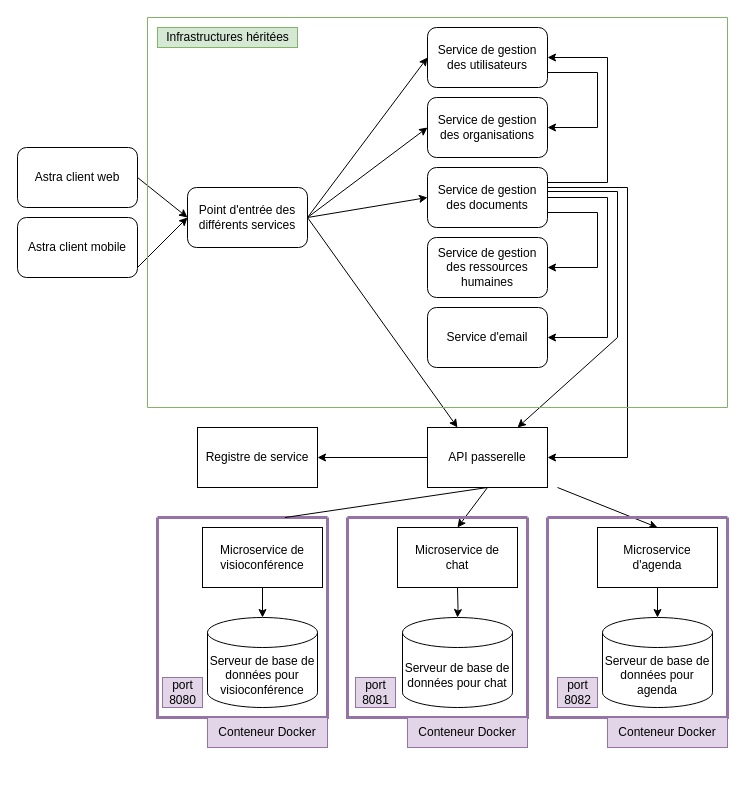
Earlier version of the draw.io diagram AplicativeArchitecture.drawio (cjour/audit_logistics). Source tidied: cells renumbered, new cells numbered last; positions are measured from the earlier drawing's top-left corner, leaving out a move shared by most shapes. Both pictures are drawn from the tidied source at 100%, with x=0, y=0 at pixel (17, 17).
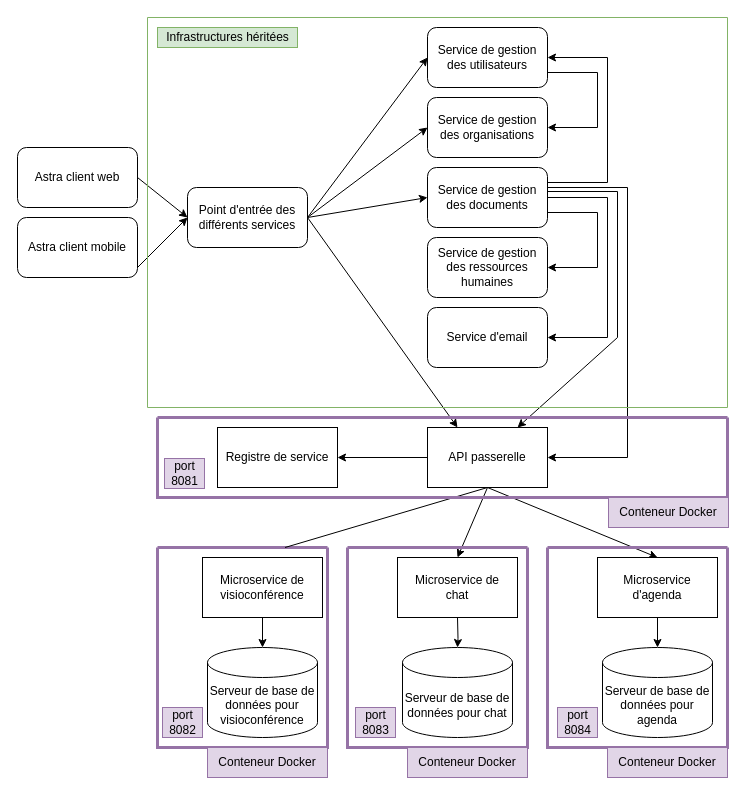
Above is the later version.

Unchanged cells that the change refers to:
```xml
<mxCell id="26" value="API passerelle" style="rounded=0;whiteSpace=wrap;html=1;" parent="1" vertex="1">
  <mxGeometry x="410" y="410" width="120" height="60" as="geometry" />
</mxCell>
<mxCell id="39" value="&lt;div&gt;Microservice d'agenda&lt;br&gt;&lt;/div&gt;" style="rounded=0;whiteSpace=wrap;html=1;" parent="38" vertex="1">
  <mxGeometry x="50" y="10" width="120" height="60" as="geometry" />
</mxCell>
```

The edit, as a diff of the source:
```diff
@@
     <mxCell id="2" style="swimlane;startSize=0;fillColor=#e1d5e7;strokeColor=#9673a6;strokeWidth=3;" parent="1" vertex="1">
-      <mxGeometry x="140" y="500" width="170" height="200" as="geometry" />
+      <mxGeometry x="140" y="530" width="170" height="200" as="geometry" />
     </mxCell>
@@
-    <mxCell id="6" value="&lt;div&gt;port &lt;br&gt;&lt;/div&gt;&lt;div&gt;8080&lt;/div&gt;" style="text;html=1;align=center;verticalAlign=middle;strokeColor=#9673a6;fillColor=#e1d5e7;" parent="2" vertex="1">
+    <mxCell id="6" value="&lt;div&gt;port &lt;br&gt;&lt;/div&gt;&lt;div&gt;8082&lt;/div&gt;" style="text;html=1;align=center;verticalAlign=middle;strokeColor=#9673a6;fillColor=#e1d5e7;" parent="2" vertex="1">
       <mxGeometry x="5" y="160" width="40" height="30" as="geometry" />
     </mxCell>
@@
-    <mxCell id="27" value="Registre de service" style="rounded=0;whiteSpace=wrap;html=1;" parent="1" vertex="1">
-      <mxGeometry x="180" y="410" width="120" height="60" as="geometry" />
-    </mxCell>
-    <mxCell id="28" style="endArrow=classic;html=1;rounded=0;exitX=0;exitY=0.5;exitDx=0;exitDy=0;" parent="1" edge="1" source="26">
-      <mxGeometry relative="1" as="geometry">
-        <mxPoint x="300" y="440" as="targetPoint" />
-      </mxGeometry>
+    <mxCell id="28" style="endArrow=classic;html=1;rounded=0;exitX=0;exitY=0.5;exitDx=0;exitDy=0;entryX=1;entryY=0.5;entryDx=0;entryDy=0;" parent="1" edge="1" source="26" target="27">
+      <mxGeometry relative="1" as="geometry" />
     </mxCell>
     <mxCell id="29" value="&lt;div&gt;Microservice de &lt;br&gt;&lt;/div&gt;&lt;div&gt;chat&lt;br&gt;&lt;/div&gt;" style="rounded=0;whiteSpace=wrap;html=1;" parent="1" vertex="1">
-      <mxGeometry x="380" y="510" width="120" height="60" as="geometry" />
+      <mxGeometry x="380" y="540" width="120" height="60" as="geometry" />
     </mxCell>
@@
     <mxCell id="31" style="edgeStyle=orthogonalEdgeStyle;rounded=0;jettySize=auto;html=1;" parent="1" edge="1" target="32">
       <mxGeometry relative="1" as="geometry">
-        <mxPoint x="440" y="570" as="sourcePoint" />
+        <mxPoint x="440" y="600" as="sourcePoint" />
       </mxGeometry>
     </mxCell>
     <mxCell id="32" value="Serveur de base de données pour chat" style="shape=cylinder3;whiteSpace=wrap;html=1;boundedLbl=1;backgroundOutline=1;size=15;" parent="1" vertex="1">
-      <mxGeometry x="385" y="600" width="110" height="90" as="geometry" />
+      <mxGeometry x="385" y="630" width="110" height="90" as="geometry" />
     </mxCell>
-    <mxCell id="33" style="endArrow=classic;html=1;rounded=0;entryX=0.5;entryY=0;entryDx=0;entryDy=0;exitX=0.5;exitY=1;exitDx=0;exitDy=0;" parent="1" edge="1" target="39">
-      <mxGeometry relative="1" as="geometry">
-        <mxPoint x="540" y="470" as="sourcePoint" />
-      </mxGeometry>
+    <mxCell id="33" style="endArrow=classic;html=1;rounded=0;entryX=0.5;entryY=0;entryDx=0;entryDy=0;exitX=0.5;exitY=1;exitDx=0;exitDy=0;" parent="1" edge="1" source="26" target="39">
+      <mxGeometry relative="1" as="geometry" />
     </mxCell>
@@
     <mxCell id="38" style="swimlane;startSize=0;fillColor=#e1d5e7;strokeColor=#9673a6;strokeWidth=3;" parent="1" vertex="1">
-      <mxGeometry x="530" y="500" width="180" height="200" as="geometry" />
+      <mxGeometry x="530" y="530" width="180" height="200" as="geometry" />
     </mxCell>
@@
-    <mxCell id="42" value="&lt;div&gt;port &lt;br&gt;&lt;/div&gt;&lt;div&gt;8082&lt;/div&gt;" style="text;html=1;align=center;verticalAlign=middle;strokeColor=#9673a6;fillColor=#e1d5e7;" parent="38" vertex="1">
+    <mxCell id="42" value="&lt;div&gt;port &lt;br&gt;&lt;/div&gt;&lt;div&gt;8084&lt;/div&gt;" style="text;html=1;align=center;verticalAlign=middle;strokeColor=#9673a6;fillColor=#e1d5e7;" parent="38" vertex="1">
       <mxGeometry x="10" y="160" width="40" height="30" as="geometry" />
     </mxCell>
     <mxCell id="43" style="swimlane;startSize=0;fillColor=#e1d5e7;strokeColor=#9673a6;strokeWidth=3;" parent="1" vertex="1">
-      <mxGeometry x="330" y="500" width="180" height="200" as="geometry" />
+      <mxGeometry x="330" y="530" width="180" height="200" as="geometry" />
     </mxCell>
-    <mxCell id="44" value="&lt;div&gt;port &lt;br&gt;&lt;/div&gt;&lt;div&gt;8081&lt;/div&gt;" style="text;html=1;align=center;verticalAlign=middle;strokeColor=#9673a6;fillColor=#e1d5e7;" parent="43" vertex="1">
+    <mxCell id="44" value="&lt;div&gt;port &lt;br&gt;&lt;/div&gt;&lt;div&gt;8083&lt;/div&gt;" style="text;html=1;align=center;verticalAlign=middle;strokeColor=#9673a6;fillColor=#e1d5e7;" parent="43" vertex="1">
       <mxGeometry x="8" y="160" width="40" height="30" as="geometry" />
     </mxCell>
     <mxCell id="45" value="Conteneur Docker" style="rounded=0;whiteSpace=wrap;html=1;fillColor=#e1d5e7;strokeColor=#9673a6;" parent="1" vertex="1">
-      <mxGeometry x="190" y="700" width="120" height="30" as="geometry" />
+      <mxGeometry x="190" y="730" width="120" height="30" as="geometry" />
     </mxCell>
     <mxCell id="46" value="Conteneur Docker" style="rounded=0;whiteSpace=wrap;html=1;fillColor=#e1d5e7;strokeColor=#9673a6;" parent="1" vertex="1">
-      <mxGeometry x="390" y="700" width="120" height="30" as="geometry" />
+      <mxGeometry x="390" y="730" width="120" height="30" as="geometry" />
     </mxCell>
     <mxCell id="47" value="Conteneur Docker" style="rounded=0;whiteSpace=wrap;html=1;fillColor=#e1d5e7;strokeColor=#9673a6;" parent="1" vertex="1">
-      <mxGeometry x="590" y="700" width="120" height="30" as="geometry" />
+      <mxGeometry x="590" y="730" width="120" height="30" as="geometry" />
     </mxCell>
+    <mxCell id="48" style="swimlane;startSize=0;fillColor=#e1d5e7;strokeColor=#9673a6;strokeWidth=3;" parent="1" vertex="1">
+      <mxGeometry x="140" y="400" width="570" height="80" as="geometry" />
+    </mxCell>
+    <mxCell id="49" value="&lt;div&gt;port &lt;br&gt;&lt;/div&gt;&lt;div&gt;8081&lt;/div&gt;" style="text;html=1;align=center;verticalAlign=middle;strokeColor=#9673a6;fillColor=#e1d5e7;" parent="48" vertex="1">
+      <mxGeometry x="7" y="41" width="40" height="30" as="geometry" />
+    </mxCell>
+    <mxCell id="27" value="Registre de service" style="rounded=0;whiteSpace=wrap;html=1;" parent="48" vertex="1">
+      <mxGeometry x="60" y="10" width="120" height="60" as="geometry" />
+    </mxCell>
+    <mxCell id="50" value="Conteneur Docker" style="rounded=0;whiteSpace=wrap;html=1;fillColor=#e1d5e7;strokeColor=#9673a6;" parent="1" vertex="1">
+      <mxGeometry x="591" y="480" width="120" height="30" as="geometry" />
+    </mxCell>
```
